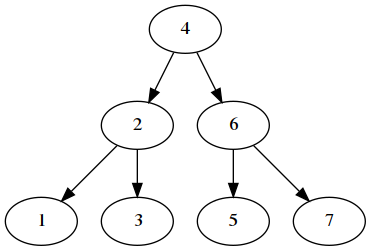
Above: tree/viz/tree.png in maxerMU/bmstu (Graphviz), before the change. Its source is kept beside it as tree/viz/tree.gv.
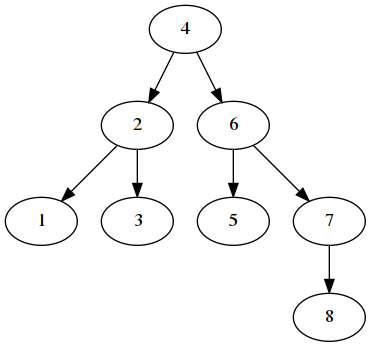
After the change.

What changed in the source:
```diff
@@ -8,5 +8,6 @@
 6 -> 5
 6 -> 7
 5
-7
+7 -> 8
+8
 }
```
